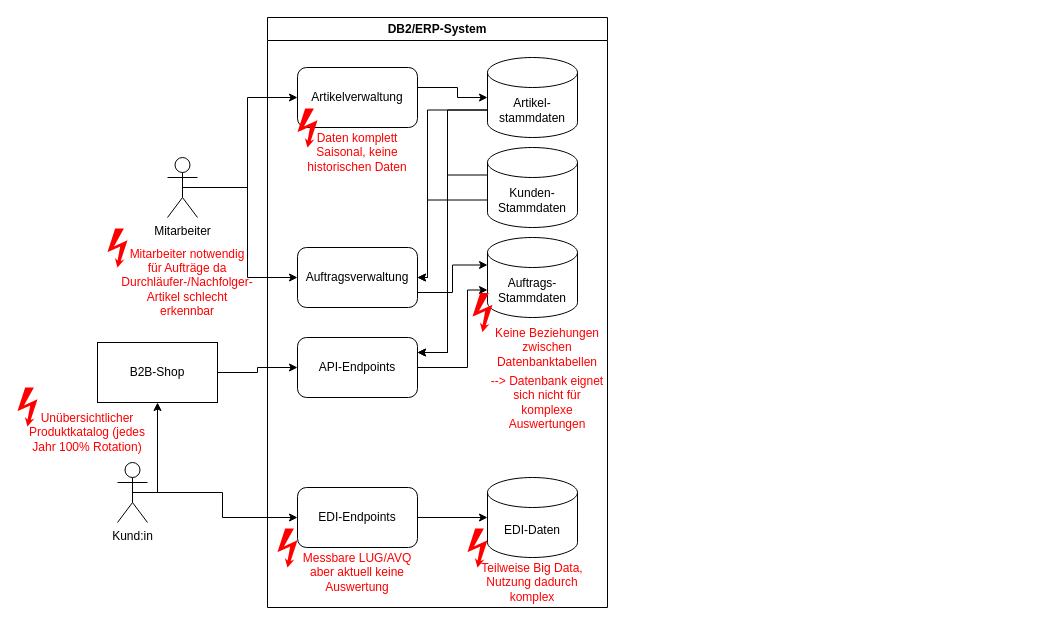
Earlier version of the draw.io diagram proj3ausgangslage.drawio (TKraski/drawio). Source tidied: cells renumbered, new cells numbered last; positions are measured from the earlier drawing's top-left corner, leaving out a move shared by most shapes. Both pictures are drawn from the tidied source at 100%, with x=0, y=0 at pixel (17, 17).
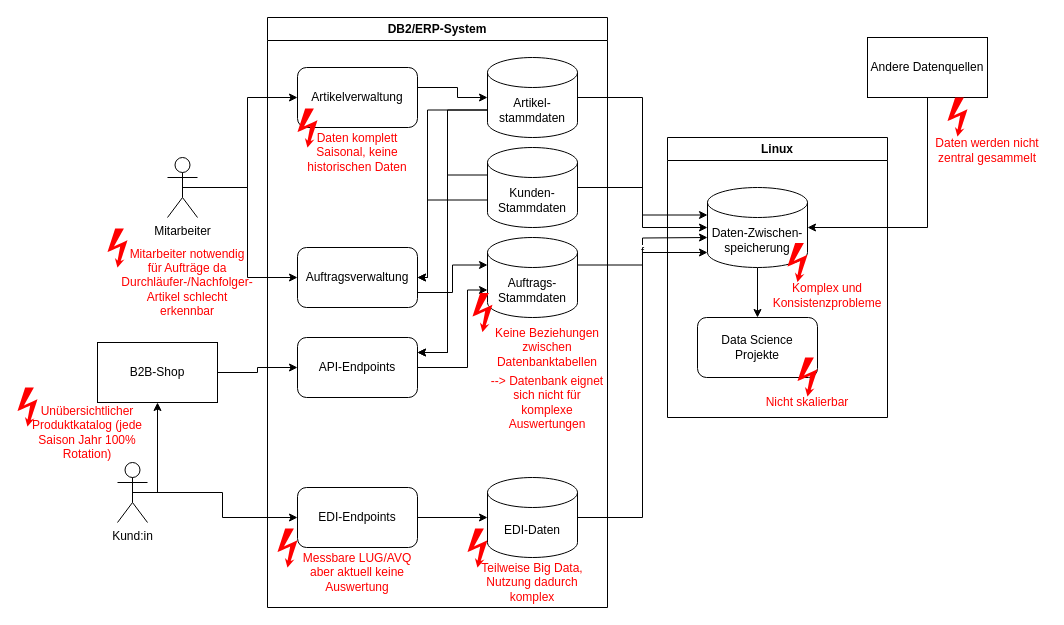
Above is the later version.

Unchanged cells that the change refers to:
```xml
<mxCell id="2" value="DB2/ERP-System" style="swimlane;whiteSpace=wrap;html=1;" parent="1" vertex="1">
  <mxGeometry x="250" width="340" height="590" as="geometry" />
</mxCell>
<mxCell id="5" value="Artikel-&lt;div&gt;stammdaten&lt;/div&gt;" style="shape=cylinder3;whiteSpace=wrap;html=1;boundedLbl=1;backgroundOutline=1;size=15;" parent="2" vertex="1">
  <mxGeometry x="220" y="40" width="90" height="80" as="geometry" />
</mxCell>
<mxCell id="8" value="Kunden- Stammdaten" style="shape=cylinder3;whiteSpace=wrap;html=1;boundedLbl=1;backgroundOutline=1;size=15;" parent="2" vertex="1">
  <mxGeometry x="220" y="130" width="90" height="80" as="geometry" />
</mxCell>
<mxCell id="9" value="Auftrags-Stammdaten" style="shape=cylinder3;whiteSpace=wrap;html=1;boundedLbl=1;backgroundOutline=1;size=15;" parent="2" vertex="1">
  <mxGeometry x="220" y="220" width="90" height="80" as="geometry" />
</mxCell>
<mxCell id="14" value="EDI-Daten" style="shape=cylinder3;whiteSpace=wrap;html=1;boundedLbl=1;backgroundOutline=1;size=15;" parent="2" vertex="1">
  <mxGeometry x="220" y="460" width="90" height="80" as="geometry" />
</mxCell>
```

The edit, as a diff of the source:
```diff
@@
+    <mxCell id="40" value="f" style="edgeStyle=orthogonalEdgeStyle;rounded=0;jettySize=auto;html=1;exitX=1;exitY=0;exitDx=0;exitDy=27.5;exitPerimeter=0;" parent="2" edge="1" source="9">
+      <mxGeometry relative="1" as="geometry">
+        <mxPoint x="440" y="220" as="targetPoint" />
+      </mxGeometry>
+    </mxCell>
@@
-    <mxCell id="36" value="Unübersichtlicher Produktkatalog (jedes Jahr 100% Rotation)" style="text;html=1;whiteSpace=wrap;strokeColor=none;fillColor=none;align=center;verticalAlign=middle;rounded=0;fontColor=#FF0000;" parent="1" vertex="1">
+    <mxCell id="36" value="Unübersichtlicher Produktkatalog (jede Saison Jahr 100% Rotation)" style="text;html=1;whiteSpace=wrap;strokeColor=none;fillColor=none;align=center;verticalAlign=middle;rounded=0;fontColor=#FF0000;" parent="1" vertex="1">
       <mxGeometry x="10" y="400" width="120" height="30" as="geometry" />
     </mxCell>
@@
+    <mxCell id="41" value="Linux" style="swimlane;whiteSpace=wrap;html=1;" parent="1" vertex="1">
+      <mxGeometry x="650" y="120" width="220" height="280" as="geometry" />
+    </mxCell>
+    <mxCell id="42" style="edgeStyle=orthogonalEdgeStyle;rounded=0;jettySize=auto;html=1;exitX=0.5;exitY=1;exitDx=0;exitDy=0;exitPerimeter=0;" parent="41" edge="1" source="43" target="44">
+      <mxGeometry relative="1" as="geometry" />
+    </mxCell>
+    <mxCell id="43" value="Daten-Zwischen-speicherung" style="shape=cylinder3;whiteSpace=wrap;html=1;boundedLbl=1;backgroundOutline=1;size=15;" parent="41" vertex="1">
+      <mxGeometry x="40" y="50" width="100" height="80" as="geometry" />
+    </mxCell>
+    <mxCell id="44" value="Data Science Projekte" style="rounded=1;whiteSpace=wrap;html=1;" parent="41" vertex="1">
+      <mxGeometry x="30" y="180" width="120" height="60" as="geometry" />
+    </mxCell>
+    <mxCell id="45" value="Nicht skalierbar" style="text;html=1;whiteSpace=wrap;strokeColor=none;fillColor=none;align=center;verticalAlign=middle;rounded=0;fontColor=#FF0000;" parent="41" vertex="1">
+      <mxGeometry x="80" y="250" width="120" height="30" as="geometry" />
+    </mxCell>
+    <mxCell id="46" value="Komplex und Konsistenzprobleme" style="text;html=1;whiteSpace=wrap;strokeColor=none;fillColor=none;align=center;verticalAlign=middle;rounded=0;fontColor=#FF0000;" parent="41" vertex="1">
+      <mxGeometry x="100" y="143" width="120" height="30" as="geometry" />
+    </mxCell>
+    <mxCell id="47" style="edgeStyle=orthogonalEdgeStyle;rounded=0;jettySize=auto;html=1;exitX=1;exitY=0.5;exitDx=0;exitDy=0;exitPerimeter=0;entryX=0;entryY=0;entryDx=0;entryDy=27.5;entryPerimeter=0;" parent="1" edge="1" source="5" target="43">
+      <mxGeometry relative="1" as="geometry" />
+    </mxCell>
+    <mxCell id="48" style="edgeStyle=orthogonalEdgeStyle;rounded=0;jettySize=auto;html=1;exitX=1;exitY=0.5;exitDx=0;exitDy=0;exitPerimeter=0;" parent="1" edge="1" source="8" target="43">
+      <mxGeometry relative="1" as="geometry" />
+    </mxCell>
+    <mxCell id="49" style="edgeStyle=orthogonalEdgeStyle;rounded=0;jettySize=auto;html=1;exitX=1;exitY=0.5;exitDx=0;exitDy=0;exitPerimeter=0;entryX=0;entryY=1;entryDx=0;entryDy=-15;entryPerimeter=0;" parent="1" edge="1" source="14" target="43">
+      <mxGeometry relative="1" as="geometry" />
+    </mxCell>
+    <mxCell id="50" value="Andere Datenquellen" style="rounded=0;whiteSpace=wrap;html=1;" parent="1" vertex="1">
+      <mxGeometry x="850" y="20" width="120" height="60" as="geometry" />
+    </mxCell>
+    <mxCell id="51" style="shape=mxgraph.signs.safety.high_voltage_2;html=1;fillColor=#FF0000;strokeColor=none;verticalLabelPosition=bottom;verticalAlign=top;align=center;sketch=0;fontColor=#FF0000;" parent="1" vertex="1">
+      <mxGeometry x="780" y="340" width="20" height="39" as="geometry" />
+    </mxCell>
+    <mxCell id="52" style="shape=mxgraph.signs.safety.high_voltage_2;html=1;fillColor=#FF0000;strokeColor=none;verticalLabelPosition=bottom;verticalAlign=top;align=center;sketch=0;fontColor=#FF0000;" parent="1" vertex="1">
+      <mxGeometry x="770" y="225.5" width="20" height="39" as="geometry" />
+    </mxCell>
+    <mxCell id="53" style="edgeStyle=orthogonalEdgeStyle;rounded=0;jettySize=auto;html=1;exitX=0.5;exitY=1;exitDx=0;exitDy=0;entryX=1;entryY=0.5;entryDx=0;entryDy=0;entryPerimeter=0;" parent="1" edge="1" source="50" target="43">
+      <mxGeometry relative="1" as="geometry" />
+    </mxCell>
+    <mxCell id="54" value="Daten werden nicht zentral gesammelt" style="text;html=1;whiteSpace=wrap;strokeColor=none;fillColor=none;align=center;verticalAlign=middle;rounded=0;fontColor=#FF0000;" parent="1" vertex="1">
+      <mxGeometry x="910" y="117.5" width="120" height="30" as="geometry" />
+    </mxCell>
+    <mxCell id="55" style="shape=mxgraph.signs.safety.high_voltage_2;html=1;fillColor=#FF0000;strokeColor=none;verticalLabelPosition=bottom;verticalAlign=top;align=center;sketch=0;fontColor=#FF0000;" parent="1" vertex="1">
+      <mxGeometry x="930" y="80" width="20" height="39" as="geometry" />
+    </mxCell>
```
